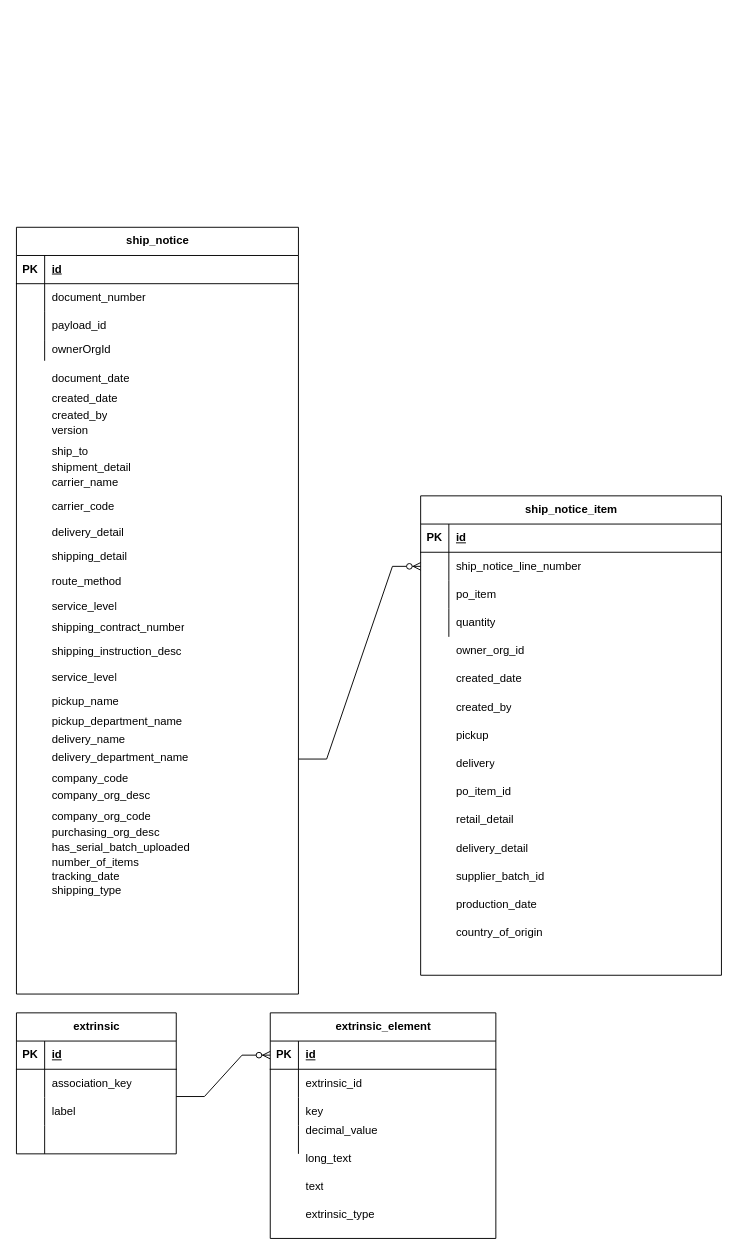
Before: Untitled Diagram.drawio in cesarestrada090/4LifeCatalog, a draw.io diagram. Source tidied: cells renumbered, new cells numbered last; positions are measured from the earlier drawing's top-left corner, leaving out a move shared by most shapes. Both pictures are drawn from the tidied source at 94%, with x=0, y=0 at pixel (16, 227).
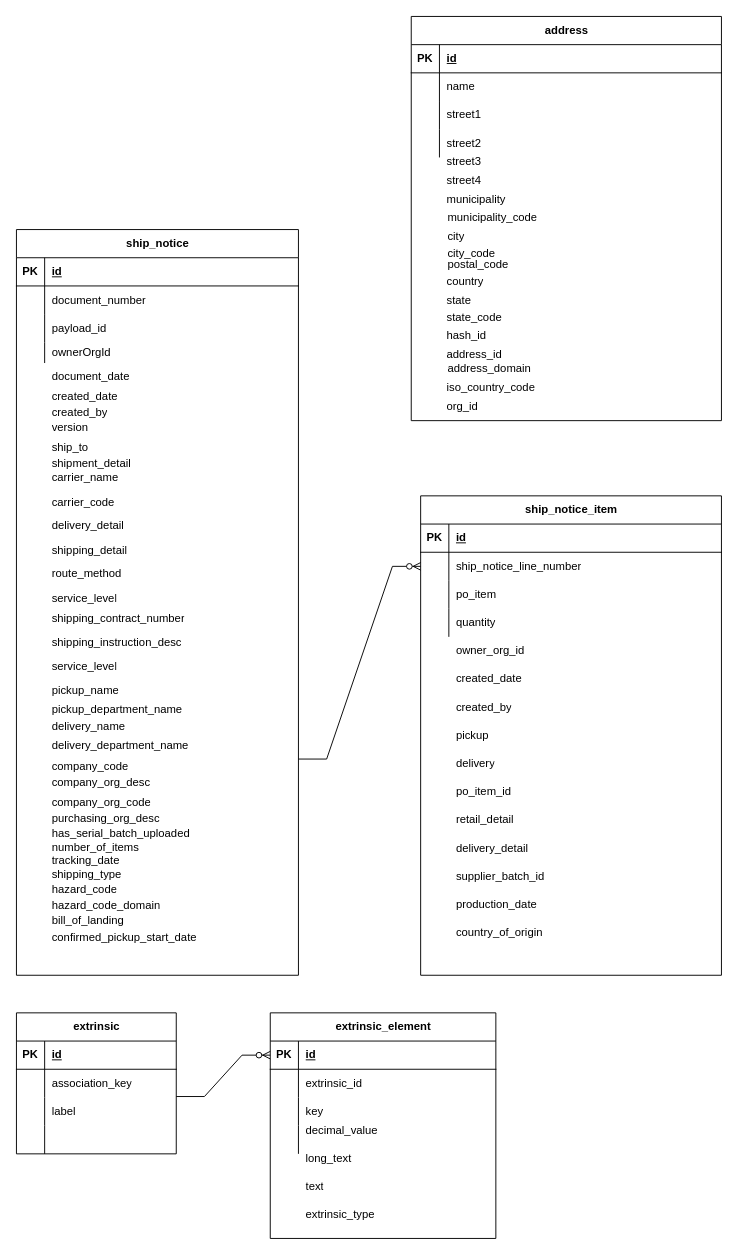
Above is the later version.

What changed in the source:
```diff
@@
     <mxCell id="35" style="group;" parent="1" vertex="1">
-      <mxGeometry y="86" width="300" height="730" as="geometry" />
+      <mxGeometry y="86" width="300" height="710" as="geometry" />
     </mxCell>
     <mxCell id="36" value="ship_to" style="shape=partialRectangle;fillColor=none;top=0;left=0;bottom=0;right=0;align=left;spacingLeft=6;overflow=hidden;whiteSpace=wrap;html=1;" parent="35" vertex="1">
-      <mxGeometry x="30" y="133.1" width="190" height="39.4" as="geometry" />
+      <mxGeometry x="30" y="129.5" width="190" height="38.4" as="geometry" />
     </mxCell>
     <mxCell id="37" value="shipment_detail" style="shape=partialRectangle;fillColor=none;top=0;left=0;bottom=0;right=0;align=left;spacingLeft=6;overflow=hidden;whiteSpace=wrap;html=1;" parent="35" vertex="1">
-      <mxGeometry x="30" y="150.4" width="190" height="39.4" as="geometry" />
+      <mxGeometry x="30" y="146.3" width="190" height="38.4" as="geometry" />
     </mxCell>
     <mxCell id="38" value="document_date" style="shape=partialRectangle;fillColor=none;top=0;left=0;bottom=0;right=0;align=left;spacingLeft=6;overflow=hidden;whiteSpace=wrap;html=1;" parent="35" vertex="1">
-      <mxGeometry x="30" y="55.5" width="190" height="39.4" as="geometry" />
+      <mxGeometry x="30" y="53.9" width="190" height="38.4" as="geometry" />
     </mxCell>
     <mxCell id="39" value="created_date" style="shape=partialRectangle;fillColor=none;top=0;left=0;bottom=0;right=0;align=left;spacingLeft=6;overflow=hidden;whiteSpace=wrap;html=1;" parent="35" vertex="1">
-      <mxGeometry x="30" y="77.7" width="190" height="39.4" as="geometry" />
+      <mxGeometry x="30" y="75.5" width="190" height="38.4" as="geometry" />
     </mxCell>
     <mxCell id="40" value="created_by" style="shape=partialRectangle;fillColor=none;top=0;left=0;bottom=0;right=0;align=left;spacingLeft=6;overflow=hidden;whiteSpace=wrap;html=1;" parent="35" vertex="1">
-      <mxGeometry x="30" y="94.9" width="190" height="39.4" as="geometry" />
+      <mxGeometry x="30" y="92.3" width="190" height="38.4" as="geometry" />
     </mxCell>
     <mxCell id="41" value="version" style="shape=partialRectangle;fillColor=none;top=0;left=0;bottom=0;right=0;align=left;spacingLeft=6;overflow=hidden;whiteSpace=wrap;html=1;" parent="35" vertex="1">
-      <mxGeometry x="30" y="110.9" width="190" height="39.4" as="geometry" />
+      <mxGeometry x="30" y="107.9" width="190" height="38.4" as="geometry" />
     </mxCell>
     <mxCell id="42" value="carrier_name" style="shape=partialRectangle;fillColor=none;top=0;left=0;bottom=0;right=0;align=left;spacingLeft=6;overflow=hidden;whiteSpace=wrap;html=1;" parent="35" vertex="1">
-      <mxGeometry x="30" y="166.4" width="190" height="39.4" as="geometry" />
+      <mxGeometry x="30" y="161.8" width="190" height="38.4" as="geometry" />
     </mxCell>
     <mxCell id="43" value="carrier_code" style="shape=partialRectangle;fillColor=none;top=0;left=0;bottom=0;right=0;align=left;spacingLeft=6;overflow=hidden;whiteSpace=wrap;html=1;" parent="35" vertex="1">
-      <mxGeometry x="30" y="192.7" width="190" height="39.4" as="geometry" />
+      <mxGeometry x="30" y="187.4" width="190" height="38.4" as="geometry" />
     </mxCell>
     <mxCell id="44" value="delivery_detail" style="shape=partialRectangle;fillColor=none;top=0;left=0;bottom=0;right=0;align=left;spacingLeft=6;overflow=hidden;whiteSpace=wrap;html=1;" parent="35" vertex="1">
-      <mxGeometry x="30" y="219" width="190" height="39.4" as="geometry" />
+      <mxGeometry x="30" y="213" width="190" height="38.4" as="geometry" />
     </mxCell>
     <mxCell id="45" value="shipping_detail" style="shape=partialRectangle;fillColor=none;top=0;left=0;bottom=0;right=0;align=left;spacingLeft=6;overflow=hidden;whiteSpace=wrap;html=1;" parent="35" vertex="1">
-      <mxGeometry x="30" y="245.3" width="190" height="39.4" as="geometry" />
+      <mxGeometry x="30" y="238.6" width="190" height="38.4" as="geometry" />
     </mxCell>
     <mxCell id="46" value="route_method" style="shape=partialRectangle;fillColor=none;top=0;left=0;bottom=0;right=0;align=left;spacingLeft=6;overflow=hidden;whiteSpace=wrap;html=1;" parent="35" vertex="1">
-      <mxGeometry x="30" y="271.6" width="190" height="39.4" as="geometry" />
+      <mxGeometry x="30" y="264.1" width="190" height="38.4" as="geometry" />
     </mxCell>
     <mxCell id="47" value="service_level" style="shape=partialRectangle;fillColor=none;top=0;left=0;bottom=0;right=0;align=left;spacingLeft=6;overflow=hidden;whiteSpace=wrap;html=1;" parent="35" vertex="1">
-      <mxGeometry x="30" y="297.9" width="190" height="39.4" as="geometry" />
+      <mxGeometry x="30" y="289.7" width="190" height="38.4" as="geometry" />
     </mxCell>
     <mxCell id="48" value="shipping_contract_number" style="shape=partialRectangle;fillColor=none;top=0;left=0;bottom=0;right=0;align=left;spacingLeft=6;overflow=hidden;whiteSpace=wrap;html=1;" parent="35" vertex="1">
-      <mxGeometry x="30" y="320.2" width="190" height="39.4" as="geometry" />
+      <mxGeometry x="30" y="311.5" width="190" height="38.4" as="geometry" />
     </mxCell>
     <mxCell id="49" value="shipping_instruction_desc" style="shape=partialRectangle;fillColor=none;top=0;left=0;bottom=0;right=0;align=left;spacingLeft=6;overflow=hidden;whiteSpace=wrap;html=1;" parent="35" vertex="1">
-      <mxGeometry x="30" y="346.5" width="190" height="39.4" as="geometry" />
+      <mxGeometry x="30" y="337" width="190" height="38.4" as="geometry" />
     </mxCell>
     <mxCell id="50" value="service_level" style="shape=partialRectangle;fillColor=none;top=0;left=0;bottom=0;right=0;align=left;spacingLeft=6;overflow=hidden;whiteSpace=wrap;html=1;" parent="35" vertex="1">
-      <mxGeometry x="30" y="372.8" width="190" height="39.4" as="geometry" />
+      <mxGeometry x="30" y="362.6" width="190" height="38.4" as="geometry" />
     </mxCell>
     <mxCell id="51" value="pickup_name" style="shape=partialRectangle;fillColor=none;top=0;left=0;bottom=0;right=0;align=left;spacingLeft=6;overflow=hidden;whiteSpace=wrap;html=1;" parent="35" vertex="1">
-      <mxGeometry x="30" y="399.1" width="190" height="39.4" as="geometry" />
+      <mxGeometry x="30" y="388.2" width="190" height="38.4" as="geometry" />
     </mxCell>
     <mxCell id="52" value="pickup_department_name" style="shape=partialRectangle;fillColor=none;top=0;left=0;bottom=0;right=0;align=left;spacingLeft=6;overflow=hidden;whiteSpace=wrap;html=1;" parent="35" vertex="1">
-      <mxGeometry x="30" y="420.2" width="190" height="39.4" as="geometry" />
+      <mxGeometry x="30" y="408.7" width="190" height="38.4" as="geometry" />
     </mxCell>
     <mxCell id="53" value="delivery_name" style="shape=partialRectangle;fillColor=none;top=0;left=0;bottom=0;right=0;align=left;spacingLeft=6;overflow=hidden;whiteSpace=wrap;html=1;" parent="35" vertex="1">
-      <mxGeometry x="30" y="439.1" width="190" height="39.4" as="geometry" />
+      <mxGeometry x="30" y="427" width="190" height="38.4" as="geometry" />
     </mxCell>
     <mxCell id="54" value="delivery_department_name" style="shape=partialRectangle;fillColor=none;top=0;left=0;bottom=0;right=0;align=left;spacingLeft=6;overflow=hidden;whiteSpace=wrap;html=1;" parent="35" vertex="1">
-      <mxGeometry x="30" y="459.7" width="190" height="39.4" as="geometry" />
+      <mxGeometry x="30" y="447.1" width="190" height="38.4" as="geometry" />
     </mxCell>
     <mxCell id="55" value="company_code" style="shape=partialRectangle;fillColor=none;top=0;left=0;bottom=0;right=0;align=left;spacingLeft=6;overflow=hidden;whiteSpace=wrap;html=1;" parent="35" vertex="1">
-      <mxGeometry x="30" y="481.5" width="190" height="39.4" as="geometry" />
+      <mxGeometry x="30" y="468.3" width="190" height="38.4" as="geometry" />
     </mxCell>
     <mxCell id="56" value="company_org_desc" style="shape=partialRectangle;fillColor=none;top=0;left=0;bottom=0;right=0;align=left;spacingLeft=6;overflow=hidden;whiteSpace=wrap;html=1;" parent="35" vertex="1">
-      <mxGeometry x="30" y="499.1" width="190" height="39.4" as="geometry" />
+      <mxGeometry x="30" y="485.4" width="190" height="38.4" as="geometry" />
     </mxCell>
     <mxCell id="57" value="company_org_code" style="shape=partialRectangle;fillColor=none;top=0;left=0;bottom=0;right=0;align=left;spacingLeft=6;overflow=hidden;whiteSpace=wrap;html=1;" parent="35" vertex="1">
-      <mxGeometry x="30" y="520.9" width="190" height="39.4" as="geometry" />
+      <mxGeometry x="30" y="506.6" width="190" height="38.4" as="geometry" />
     </mxCell>
     <mxCell id="58" value="purchasing_org_desc" style="shape=partialRectangle;fillColor=none;top=0;left=0;bottom=0;right=0;align=left;spacingLeft=6;overflow=hidden;whiteSpace=wrap;html=1;" parent="35" vertex="1">
-      <mxGeometry x="30" y="538.6" width="190" height="39.4" as="geometry" />
+      <mxGeometry x="30" y="523.8" width="190" height="38.4" as="geometry" />
     </mxCell>
     <mxCell id="59" value="has_serial_batch_uploaded" style="shape=partialRectangle;fillColor=none;top=0;left=0;bottom=0;right=0;align=left;spacingLeft=6;overflow=hidden;whiteSpace=wrap;html=1;" parent="35" vertex="1">
-      <mxGeometry x="30" y="554.7" width="190" height="39.4" as="geometry" />
+      <mxGeometry x="30" y="539.5" width="190" height="38.4" as="geometry" />
     </mxCell>
     <mxCell id="60" value="number_of_items" style="shape=partialRectangle;fillColor=none;top=0;left=0;bottom=0;right=0;align=left;spacingLeft=6;overflow=hidden;whiteSpace=wrap;html=1;" parent="35" vertex="1">
-      <mxGeometry x="30" y="570.7" width="190" height="39.4" as="geometry" />
+      <mxGeometry x="30" y="555.1" width="190" height="38.4" as="geometry" />
     </mxCell>
     <mxCell id="61" value="ship_notice" style="shape=table;startSize=30;childLayout=tableLayout;rowLines=0;fontStyle=1;align=center;html=1;" parent="35" vertex="1">
-      <mxGeometry y="-85.7" width="300" height="815.7" as="geometry" />
+      <mxGeometry y="-83.3" width="300" height="793.3" as="geometry" />
     </mxCell>
@@
     <mxCell id="74" value="tracking_date" style="shape=partialRectangle;fillColor=none;top=0;left=0;bottom=0;right=0;align=left;spacingLeft=6;overflow=hidden;whiteSpace=wrap;html=1;" parent="35" vertex="1">
-      <mxGeometry x="30" y="585" width="190" height="39.4" as="geometry" />
+      <mxGeometry x="30" y="569" width="190" height="38.4" as="geometry" />
     </mxCell>
     <mxCell id="75" value="shipping_type" style="shape=partialRectangle;fillColor=none;top=0;left=0;bottom=0;right=0;align=left;spacingLeft=6;overflow=hidden;whiteSpace=wrap;html=1;" parent="35" vertex="1">
-      <mxGeometry x="30" y="600" width="190" height="39.4" as="geometry" />
+      <mxGeometry x="30" y="583.6" width="190" height="38.4" as="geometry" />
     </mxCell>
+    <mxCell id="101" value="hazard_code" style="shape=partialRectangle;fillColor=none;top=0;left=0;bottom=0;right=0;align=left;spacingLeft=6;overflow=hidden;whiteSpace=wrap;html=1;" parent="35" vertex="1">
+      <mxGeometry x="30" y="600.1" width="190" height="38.4" as="geometry" />
+    </mxCell>
+    <mxCell id="102" value="hazard_code_domain" style="shape=partialRectangle;fillColor=none;top=0;left=0;bottom=0;right=0;align=left;spacingLeft=6;overflow=hidden;whiteSpace=wrap;html=1;" parent="35" vertex="1">
+      <mxGeometry x="30" y="616.6" width="190" height="38.4" as="geometry" />
+    </mxCell>
+    <mxCell id="103" value="bill_of_landing" style="shape=partialRectangle;fillColor=none;top=0;left=0;bottom=0;right=0;align=left;spacingLeft=6;overflow=hidden;whiteSpace=wrap;html=1;" parent="35" vertex="1">
+      <mxGeometry x="30" y="633.2" width="190" height="38.4" as="geometry" />
+    </mxCell>
+    <mxCell id="104" value="confirmed_pickup_start_date" style="shape=partialRectangle;fillColor=none;top=0;left=0;bottom=0;right=0;align=left;spacingLeft=6;overflow=hidden;whiteSpace=wrap;html=1;" parent="35" vertex="1">
+      <mxGeometry x="30" y="650.7" width="190" height="38.4" as="geometry" />
+    </mxCell>
@@
+    <mxCell id="105" value="address" style="shape=table;startSize=30;childLayout=tableLayout;rowLines=0;fontStyle=1;align=center;html=1;" parent="1" vertex="1">
+      <mxGeometry x="420" y="-224" width="330" height="430" as="geometry" />
+    </mxCell>
+    <mxCell id="106" style="shape=tableRow;horizontal=0;startSize=0;swimlaneHead=0;swimlaneBody=0;fillColor=none;top=0;left=0;right=0;bottom=1;" parent="105" vertex="1">
+      <mxGeometry y="30" width="330" height="30" as="geometry" />
+    </mxCell>
+    <mxCell id="107" value="PK" style="shape=partialRectangle;fillColor=none;top=0;left=0;bottom=0;right=0;fontStyle=1;overflow=hidden;whiteSpace=wrap;html=1;" parent="106" vertex="1">
+      <mxGeometry width="30" height="30" as="geometry" />
+    </mxCell>
+    <mxCell id="108" value="id" style="shape=partialRectangle;fillColor=none;top=0;left=0;bottom=0;right=0;align=left;spacingLeft=6;fontStyle=5;overflow=hidden;whiteSpace=wrap;html=1;" parent="106" vertex="1">
+      <mxGeometry x="30" width="300" height="30" as="geometry" />
+    </mxCell>
+    <mxCell id="109" style="shape=tableRow;horizontal=0;startSize=0;swimlaneHead=0;swimlaneBody=0;fillColor=none;top=0;left=0;right=0;bottom=0;" parent="105" vertex="1">
+      <mxGeometry y="60" width="330" height="30" as="geometry" />
+    </mxCell>
+    <mxCell id="110" style="shape=partialRectangle;fillColor=none;top=0;left=0;bottom=0;right=0;overflow=hidden;whiteSpace=wrap;html=1;" parent="109" vertex="1">
+      <mxGeometry width="30" height="30" as="geometry" />
+    </mxCell>
+    <mxCell id="111" value="name" style="shape=partialRectangle;fillColor=none;top=0;left=0;bottom=0;right=0;align=left;spacingLeft=6;overflow=hidden;whiteSpace=wrap;html=1;" parent="109" vertex="1">
+      <mxGeometry x="30" width="300" height="30" as="geometry" />
+    </mxCell>
+    <mxCell id="112" style="shape=tableRow;horizontal=0;startSize=0;swimlaneHead=0;swimlaneBody=0;fillColor=none;top=0;left=0;right=0;bottom=0;" parent="105" vertex="1">
+      <mxGeometry y="90" width="330" height="30" as="geometry" />
+    </mxCell>
+    <mxCell id="113" style="shape=partialRectangle;fillColor=none;top=0;left=0;bottom=0;right=0;overflow=hidden;whiteSpace=wrap;html=1;" parent="112" vertex="1">
+      <mxGeometry width="30" height="30" as="geometry" />
+    </mxCell>
+    <mxCell id="114" value="street1" style="shape=partialRectangle;fillColor=none;top=0;left=0;bottom=0;right=0;align=left;spacingLeft=6;overflow=hidden;whiteSpace=wrap;html=1;" parent="112" vertex="1">
+      <mxGeometry x="30" width="300" height="30" as="geometry" />
+    </mxCell>
+    <mxCell id="115" style="shape=tableRow;horizontal=0;startSize=0;swimlaneHead=0;swimlaneBody=0;fillColor=none;top=0;left=0;right=0;bottom=0;" parent="105" vertex="1">
+      <mxGeometry y="120" width="330" height="30" as="geometry" />
+    </mxCell>
+    <mxCell id="116" style="shape=partialRectangle;fillColor=none;top=0;left=0;bottom=0;right=0;overflow=hidden;whiteSpace=wrap;html=1;" parent="115" vertex="1">
+      <mxGeometry width="30" height="30" as="geometry" />
+    </mxCell>
+    <mxCell id="117" value="street2" style="shape=partialRectangle;fillColor=none;top=0;left=0;bottom=0;right=0;align=left;spacingLeft=6;overflow=hidden;whiteSpace=wrap;html=1;" parent="115" vertex="1">
+      <mxGeometry x="30" width="300" height="30" as="geometry" />
+    </mxCell>
+    <mxCell id="118" value="street3" style="shape=partialRectangle;fillColor=none;top=0;left=0;bottom=0;right=0;align=left;spacingLeft=6;overflow=hidden;whiteSpace=wrap;html=1;" parent="1" vertex="1">
+      <mxGeometry x="450" y="-84" width="300" height="30" as="geometry" />
+    </mxCell>
+    <mxCell id="119" value="street4" style="shape=partialRectangle;fillColor=none;top=0;left=0;bottom=0;right=0;align=left;spacingLeft=6;overflow=hidden;whiteSpace=wrap;html=1;" parent="1" vertex="1">
+      <mxGeometry x="450" y="-64" width="300" height="30" as="geometry" />
+    </mxCell>
+    <mxCell id="120" value="municipality" style="shape=partialRectangle;fillColor=none;top=0;left=0;bottom=0;right=0;align=left;spacingLeft=6;overflow=hidden;whiteSpace=wrap;html=1;" parent="1" vertex="1">
+      <mxGeometry x="450" y="-44" width="300" height="30" as="geometry" />
+    </mxCell>
+    <mxCell id="121" value="municipality_code" style="shape=partialRectangle;fillColor=none;top=0;left=0;bottom=0;right=0;align=left;spacingLeft=6;overflow=hidden;whiteSpace=wrap;html=1;" parent="1" vertex="1">
+      <mxGeometry x="451" y="-25" width="300" height="30" as="geometry" />
+    </mxCell>
+    <mxCell id="122" value="city" style="shape=partialRectangle;fillColor=none;top=0;left=0;bottom=0;right=0;align=left;spacingLeft=6;overflow=hidden;whiteSpace=wrap;html=1;" parent="1" vertex="1">
+      <mxGeometry x="451" y="-5" width="300" height="30" as="geometry" />
+    </mxCell>
+    <mxCell id="123" value="city_code" style="shape=partialRectangle;fillColor=none;top=0;left=0;bottom=0;right=0;align=left;spacingLeft=6;overflow=hidden;whiteSpace=wrap;html=1;" parent="1" vertex="1">
+      <mxGeometry x="451" y="13" width="300" height="30" as="geometry" />
+    </mxCell>
+    <mxCell id="124" value="postal_code" style="shape=partialRectangle;fillColor=none;top=0;left=0;bottom=0;right=0;align=left;spacingLeft=6;overflow=hidden;whiteSpace=wrap;html=1;" parent="1" vertex="1">
+      <mxGeometry x="451" y="25" width="300" height="30" as="geometry" />
+    </mxCell>
+    <mxCell id="125" value="country" style="shape=partialRectangle;fillColor=none;top=0;left=0;bottom=0;right=0;align=left;spacingLeft=6;overflow=hidden;whiteSpace=wrap;html=1;" parent="1" vertex="1">
+      <mxGeometry x="450" y="43" width="300" height="30" as="geometry" />
+    </mxCell>
+    <mxCell id="126" value="state" style="shape=partialRectangle;fillColor=none;top=0;left=0;bottom=0;right=0;align=left;spacingLeft=6;overflow=hidden;whiteSpace=wrap;html=1;" parent="1" vertex="1">
+      <mxGeometry x="450" y="63" width="300" height="30" as="geometry" />
+    </mxCell>
+    <mxCell id="127" value="state_code" style="shape=partialRectangle;fillColor=none;top=0;left=0;bottom=0;right=0;align=left;spacingLeft=6;overflow=hidden;whiteSpace=wrap;html=1;" parent="1" vertex="1">
+      <mxGeometry x="450" y="81" width="300" height="30" as="geometry" />
+    </mxCell>
+    <mxCell id="128" value="hash_id" style="shape=partialRectangle;fillColor=none;top=0;left=0;bottom=0;right=0;align=left;spacingLeft=6;overflow=hidden;whiteSpace=wrap;html=1;" parent="1" vertex="1">
+      <mxGeometry x="450" y="101" width="300" height="30" as="geometry" />
+    </mxCell>
+    <mxCell id="129" value="address_id" style="shape=partialRectangle;fillColor=none;top=0;left=0;bottom=0;right=0;align=left;spacingLeft=6;overflow=hidden;whiteSpace=wrap;html=1;" parent="1" vertex="1">
+      <mxGeometry x="450" y="121" width="300" height="30" as="geometry" />
+    </mxCell>
+    <mxCell id="130" value="iso_country_code" style="shape=partialRectangle;fillColor=none;top=0;left=0;bottom=0;right=0;align=left;spacingLeft=6;overflow=hidden;whiteSpace=wrap;html=1;" parent="1" vertex="1">
+      <mxGeometry x="450" y="156" width="300" height="30" as="geometry" />
+    </mxCell>
+    <mxCell id="131" value="address_domain" style="shape=partialRectangle;fillColor=none;top=0;left=0;bottom=0;right=0;align=left;spacingLeft=6;overflow=hidden;whiteSpace=wrap;html=1;" parent="1" vertex="1">
+      <mxGeometry x="451" y="136" width="300" height="30" as="geometry" />
+    </mxCell>
+    <mxCell id="132" value="org_id" style="shape=partialRectangle;fillColor=none;top=0;left=0;bottom=0;right=0;align=left;spacingLeft=6;overflow=hidden;whiteSpace=wrap;html=1;" parent="1" vertex="1">
+      <mxGeometry x="450" y="176" width="300" height="30" as="geometry" />
+    </mxCell>
```
